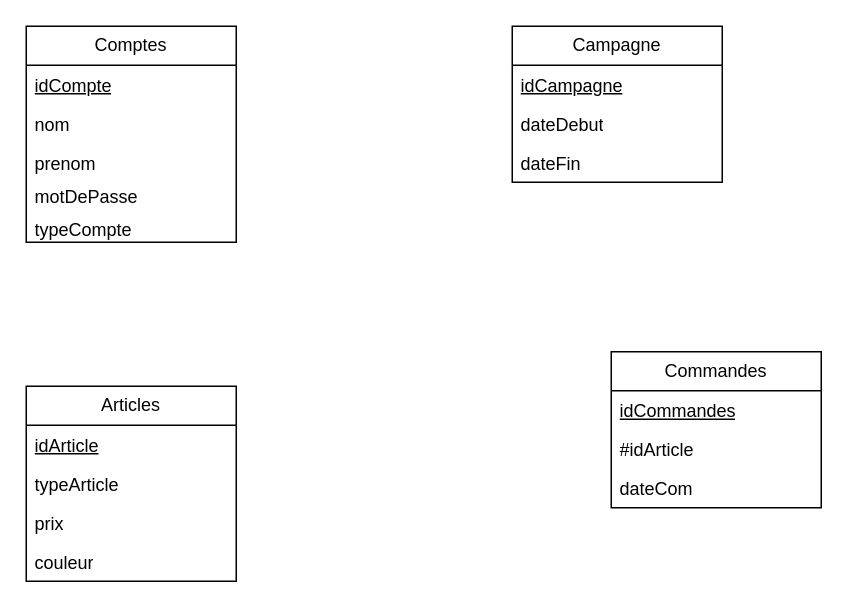
Before: PROJETFINALE/Documents_Clients_2022/DiagrammeLaravel.drawio in thony311/ProjetFinaleeGenieLog, a draw.io diagram. Source tidied: cells renumbered, new cells numbered last; positions are measured from the earlier drawing's top-left corner, leaving out a move shared by most shapes. Both pictures are drawn from the tidied source at 150%, with x=0, y=0 at pixel (26, 26).
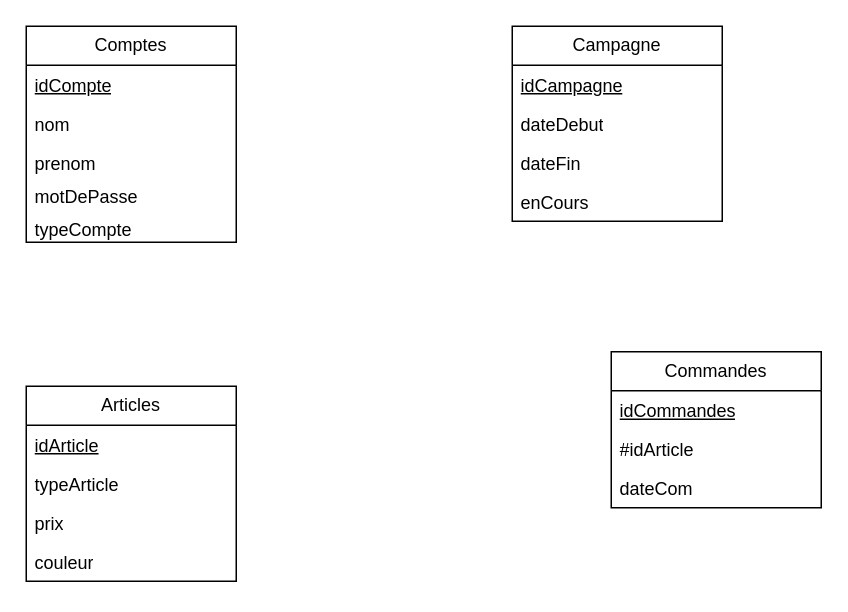
The same page after the edit.

What changed in the source:
```diff
@@
     <mxCell id="8" value="Campagne" style="swimlane;fontStyle=0;horizontal=1;startSize=26;fillColor=none;whiteSpace=wrap;html=1;" parent="1" vertex="1">
-      <mxGeometry x="324" width="140" height="104" as="geometry" />
+      <mxGeometry x="324" width="140" height="130" as="geometry" />
     </mxCell>
@@
+    <mxCell id="21" value="enCours" style="text;strokeColor=none;fillColor=none;align=left;verticalAlign=top;spacingLeft=4;spacingRight=4;overflow=hidden;whiteSpace=wrap;html=1;" parent="8" vertex="1">
+      <mxGeometry y="104" width="140" height="26" as="geometry" />
+    </mxCell>
```
